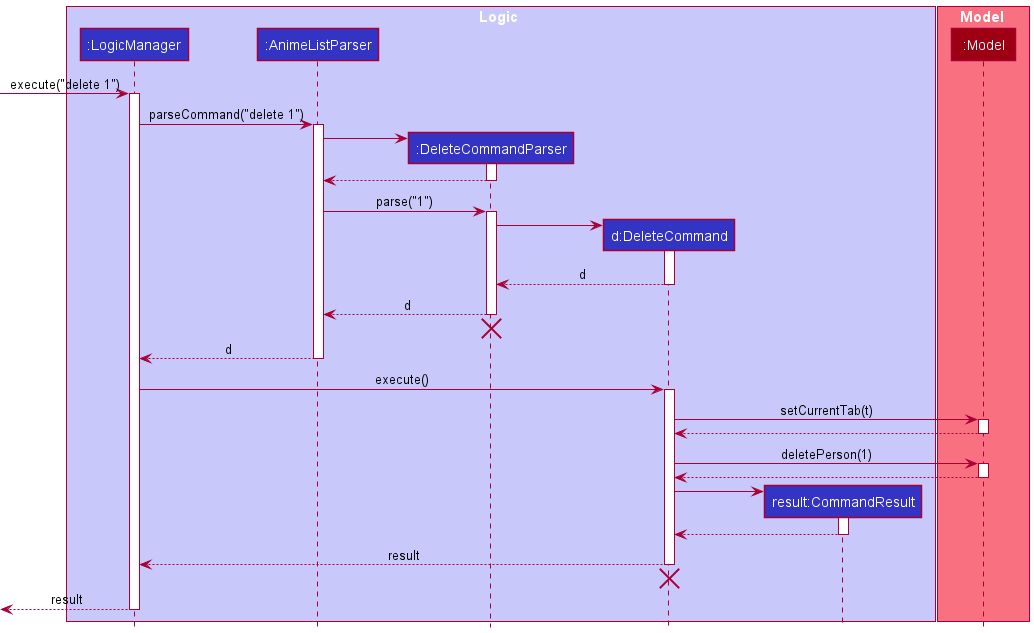
nus-cs2103-AY2122S1/tp keeps this PlantUML diagram as docs/images/DeleteSequenceDiagram.png. Above is the earlier version. Source of this version:
```plantuml
@startuml
!include style.puml

box Logic LOGIC_COLOR_T1
participant ":LogicManager" as LogicManager LOGIC_COLOR
participant ":AnimeListParser" as AnimeListParser LOGIC_COLOR
participant ":DeleteCommandParser" as DeleteCommandParser LOGIC_COLOR
participant "d:DeleteCommand" as DeleteCommand LOGIC_COLOR
participant "result:CommandResult" as CommandResult LOGIC_COLOR
end box

box Model MODEL_COLOR_T1
participant ":Model" as Model MODEL_COLOR
end box

[-> LogicManager : execute("delete 1")
activate LogicManager

LogicManager -> AnimeListParser : parseCommand("delete 1")
activate AnimeListParser

create DeleteCommandParser
AnimeListParser -> DeleteCommandParser
activate DeleteCommandParser

DeleteCommandParser --> AnimeListParser
deactivate DeleteCommandParser

AnimeListParser -> DeleteCommandParser : parse("1")
activate DeleteCommandParser

create DeleteCommand
DeleteCommandParser -> DeleteCommand
activate DeleteCommand

DeleteCommand --> DeleteCommandParser : d
deactivate DeleteCommand

DeleteCommandParser --> AnimeListParser : d
deactivate DeleteCommandParser
DeleteCommandParser -[hidden]-> AnimeListParser
destroy DeleteCommandParser

AnimeListParser --> LogicManager : d
deactivate AnimeListParser

LogicManager -> DeleteCommand : execute()
activate DeleteCommand

DeleteCommand -> Model : setCurrentTab(t)
activate Model

Model --> DeleteCommand
deactivate Model

DeleteCommand -> Model : deletePerson(1)
activate Model

Model --> DeleteCommand
deactivate Model

create CommandResult
DeleteCommand -> CommandResult
activate CommandResult

CommandResult --> DeleteCommand
deactivate CommandResult

DeleteCommand --> LogicManager : result
deactivate DeleteCommand
DeleteCommand  -[hidden]-> AnimeListParser
destroy DeleteCommand

[<--LogicManager : result
deactivate LogicManager
@enduml
```
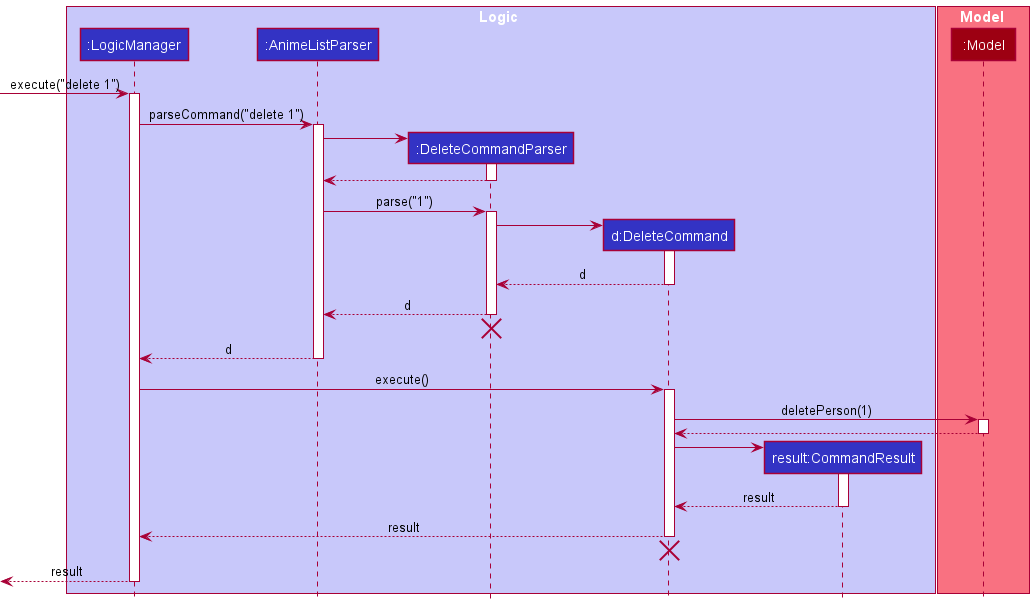
After the commit.

Change to the diagram source:
```diff
@@ -47,12 +47,6 @@
 LogicManager -> DeleteCommand : execute()
 activate DeleteCommand
 
-DeleteCommand -> Model : setCurrentTab(t)
-activate Model
-
-Model --> DeleteCommand
-deactivate Model
-
 DeleteCommand -> Model : deletePerson(1)
 activate Model
 
@@ -63,7 +57,7 @@
 DeleteCommand -> CommandResult
 activate CommandResult
 
-CommandResult --> DeleteCommand
+CommandResult --> DeleteCommand : result
 deactivate CommandResult
 
 DeleteCommand --> LogicManager : result
```
